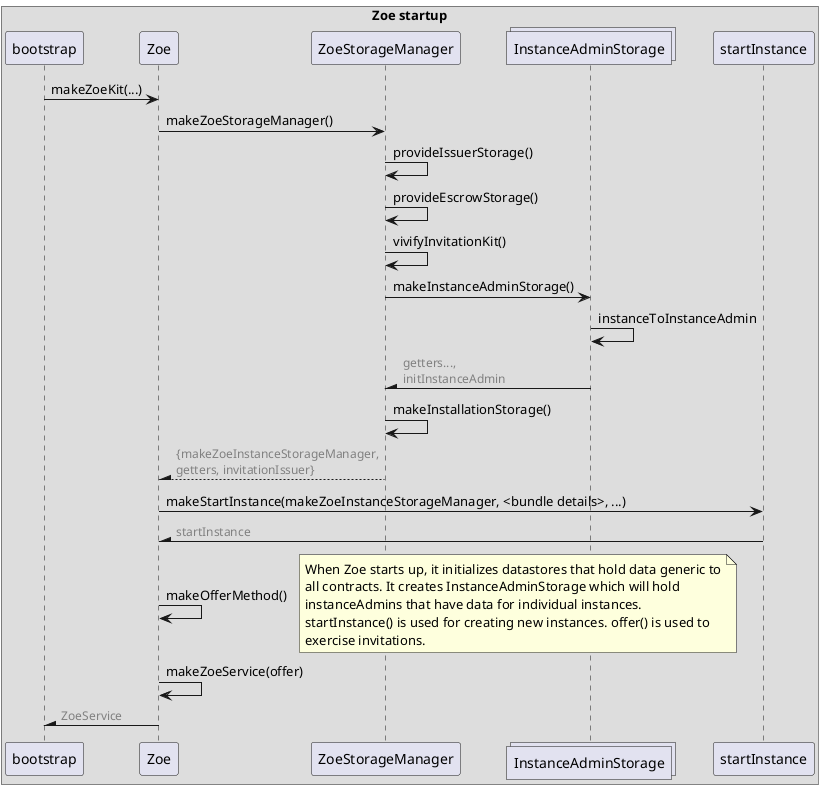
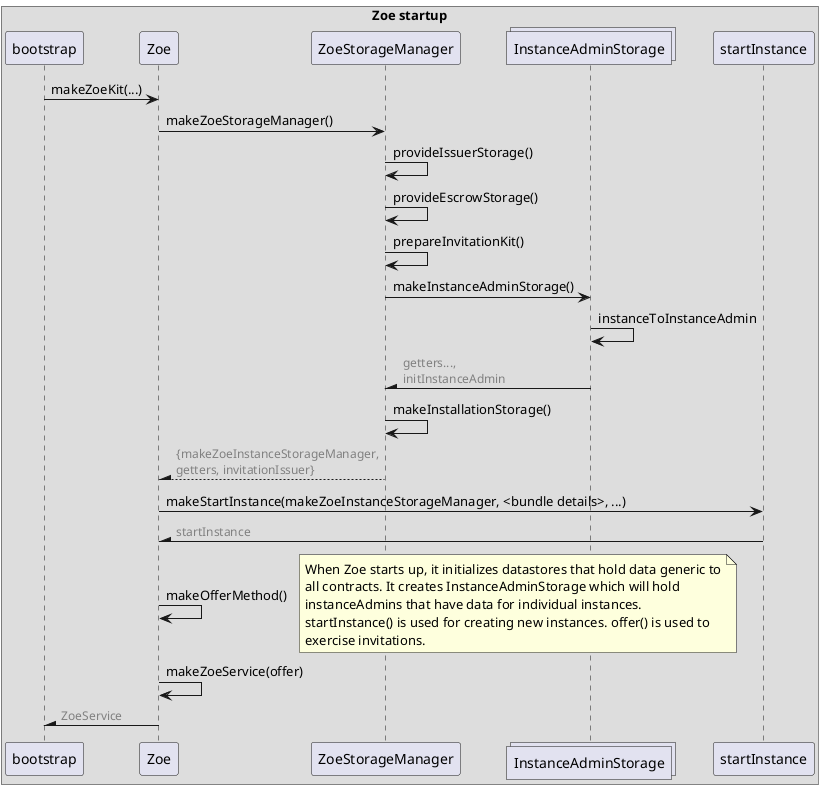
@startuml Zoe/ZCF dataStore initialization

box Zoe startup
participant bootstrap
participant Zoe
participant ZoeStorageManager
collections InstanceAdminStorage
participant startInstance

end box

bootstrap -> Zoe: makeZoeKit(...)
Zoe -> ZoeStorageManager : makeZoeStorageManager()
ZoeStorageManager -> ZoeStorageManager : provideIssuerStorage()
ZoeStorageManager -> ZoeStorageManager : provideEscrowStorage()
- ZoeStorageManager -> ZoeStorageManager : vivifyInvitationKit()
+ ZoeStorageManager -> ZoeStorageManager : prepareInvitationKit()
ZoeStorageManager -> InstanceAdminStorage : makeInstanceAdminStorage()
InstanceAdminStorage -> InstanceAdminStorage : instanceToInstanceAdmin
ZoeStorageManager /- InstanceAdminStorage : <font color=gray><size:12>getters..., \n<font color=gray><size:12>initInstanceAdmin
ZoeStorageManager -> ZoeStorageManager : makeInstallationStorage()
Zoe /-- ZoeStorageManager : <font color=gray><size:12>{makeZoeInstanceStorageManager,\n<font color=gray><size:12>getters, invitationIssuer}
Zoe -> startInstance : makeStartInstance(makeZoeInstanceStorageManager, <bundle details>, ...)
Zoe /- startInstance : <font color=gray><size:12>startInstance
Zoe -> Zoe : makeOfferMethod()

note right
When Zoe starts up, it initializes datastores that hold data generic to
all contracts. It creates InstanceAdminStorage which will hold
instanceAdmins that have data for individual instances.
startInstance() is used for creating new instances. offer() is used to
exercise invitations.
end note

Zoe -> Zoe : makeZoeService(offer)
Zoe -\ bootstrap : <font color=gray><size:12>ZoeService

- @enduml+ @enduml
